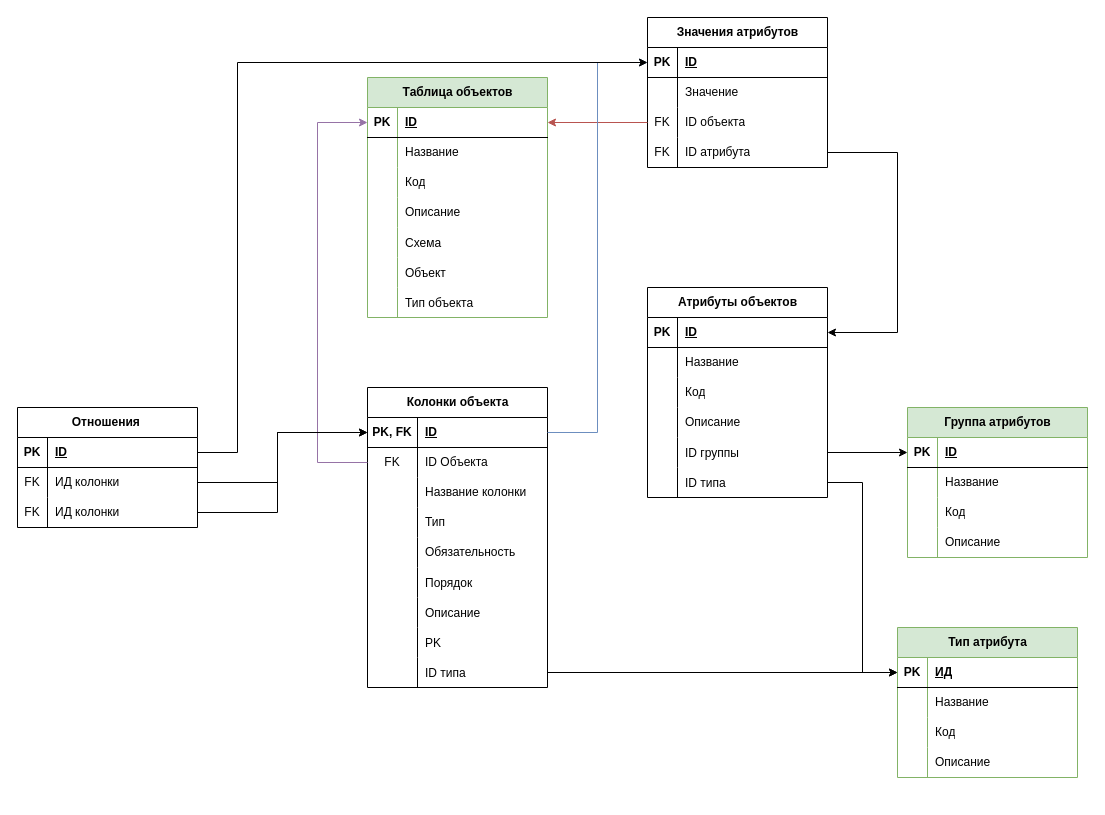
KopylovID/MDM keeps this draw.io diagram as Структура БД.drawio. Above is the earlier version. Source tidied: cells renumbered, new cells numbered last; positions are measured from the earlier drawing's top-left corner, leaving out a move shared by most shapes. Both pictures are drawn from the tidied source at 100%, with x=0, y=0 at pixel (17, 17).
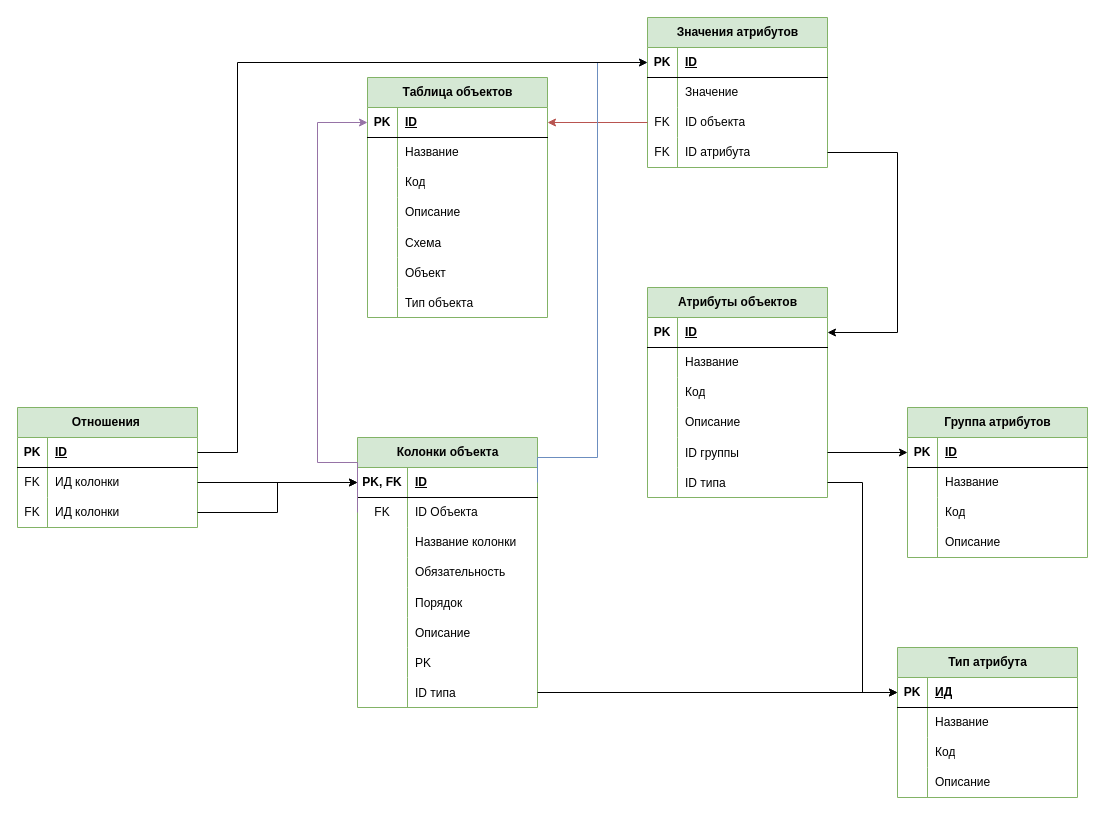
The same diagram, later.

The change refers to these unchanged cells:
```xml
<mxCell id="44" style="shape=tableRow;horizontal=0;startSize=0;swimlaneHead=0;swimlaneBody=0;fillColor=none;points=[[0,0.5],[1,0.5]];portConstraint=eastwest;top=0;left=0;right=0;bottom=1;" parent="43" vertex="1">
  <mxGeometry y="30" width="180" height="30" as="geometry" />
</mxCell>
<mxCell id="101" style="shape=tableRow;horizontal=0;startSize=0;swimlaneHead=0;swimlaneBody=0;fillColor=none;points=[[0,0.5],[1,0.5]];portConstraint=eastwest;top=0;left=0;right=0;bottom=1;" parent="100" vertex="1">
  <mxGeometry y="30" width="180" height="30" as="geometry" />
</mxCell>
<mxCell id="104" style="shape=tableRow;horizontal=0;startSize=0;swimlaneHead=0;swimlaneBody=0;fillColor=none;points=[[0,0.5],[1,0.5]];portConstraint=eastwest;top=0;left=0;right=0;bottom=0;" parent="100" vertex="1">
  <mxGeometry y="60" width="180" height="30" as="geometry" />
</mxCell>
<mxCell id="107" style="shape=tableRow;horizontal=0;startSize=0;swimlaneHead=0;swimlaneBody=0;fillColor=none;points=[[0,0.5],[1,0.5]];portConstraint=eastwest;top=0;left=0;right=0;bottom=0;" parent="100" vertex="1">
  <mxGeometry y="90" width="180" height="30" as="geometry" />
</mxCell>
<mxCell id="111" style="shape=tableRow;horizontal=0;startSize=0;swimlaneHead=0;swimlaneBody=0;fillColor=none;points=[[0,0.5],[1,0.5]];portConstraint=eastwest;top=0;left=0;right=0;bottom=1;" parent="110" vertex="1">
  <mxGeometry y="30" width="180" height="30" as="geometry" />
</mxCell>
```

Diff of the diagram source:
```diff
@@
-    <mxCell id="24" value="Атрибуты объектов" style="shape=table;startSize=30;childLayout=tableLayout;rowLines=0;fontStyle=1;align=center;html=1;" parent="1" vertex="1">
+    <mxCell id="24" value="Атрибуты объектов" style="shape=table;startSize=30;childLayout=tableLayout;rowLines=0;fontStyle=1;align=center;html=1;fillColor=#d5e8d4;strokeColor=#82b366;" parent="1" vertex="1">
       <mxGeometry x="630" y="270" width="180" height="210" as="geometry" />
     </mxCell>
@@
-    <mxCell id="43" value="Колонки объекта" style="shape=table;startSize=30;childLayout=tableLayout;rowLines=0;fontStyle=1;align=center;html=1;" parent="1" vertex="1">
-      <mxGeometry x="350" y="370" width="180" height="300" as="geometry" />
+    <mxCell id="43" value="Колонки объекта" style="shape=table;startSize=30;childLayout=tableLayout;rowLines=0;fontStyle=1;align=center;html=1;fillColor=#d5e8d4;strokeColor=#82b366;" parent="1" vertex="1">
+      <mxGeometry x="340" y="420" width="180" height="270" as="geometry" />
     </mxCell>
@@
-    <mxCell id="53" style="shape=tableRow;horizontal=0;startSize=0;swimlaneHead=0;swimlaneBody=0;fillColor=none;top=0;left=0;right=0;bottom=0;" parent="43" vertex="1">
-      <mxGeometry y="120" width="180" height="30" as="geometry" />
-    </mxCell>
-    <mxCell id="54" style="shape=partialRectangle;fillColor=none;top=0;left=0;bottom=0;right=0;overflow=hidden;whiteSpace=wrap;html=1;" parent="53" vertex="1">
-      <mxGeometry width="50" height="30" as="geometry" />
-    </mxCell>
-    <mxCell id="55" value="Тип" style="shape=partialRectangle;fillColor=none;top=0;left=0;bottom=0;right=0;align=left;spacingLeft=6;overflow=hidden;whiteSpace=wrap;html=1;" parent="53" vertex="1">
-      <mxGeometry x="50" width="130" height="30" as="geometry" />
-    </mxCell>
     <mxCell id="56" style="shape=tableRow;horizontal=0;startSize=0;swimlaneHead=0;swimlaneBody=0;fillColor=none;top=0;left=0;right=0;bottom=0;" parent="43" vertex="1">
-      <mxGeometry y="150" width="180" height="30" as="geometry" />
+      <mxGeometry y="120" width="180" height="30" as="geometry" />
     </mxCell>
@@
     <mxCell id="59" style="shape=tableRow;horizontal=0;startSize=0;swimlaneHead=0;swimlaneBody=0;fillColor=none;top=0;left=0;right=0;bottom=0;" parent="43" vertex="1">
-      <mxGeometry y="180" width="180" height="30" as="geometry" />
+      <mxGeometry y="150" width="180" height="30" as="geometry" />
     </mxCell>
@@
     <mxCell id="62" style="shape=tableRow;horizontal=0;startSize=0;swimlaneHead=0;swimlaneBody=0;fillColor=none;top=0;left=0;right=0;bottom=0;" parent="43" vertex="1">
-      <mxGeometry y="210" width="180" height="30" as="geometry" />
+      <mxGeometry y="180" width="180" height="30" as="geometry" />
     </mxCell>
@@
     <mxCell id="65" style="shape=tableRow;horizontal=0;startSize=0;swimlaneHead=0;swimlaneBody=0;fillColor=none;top=0;left=0;right=0;bottom=0;" parent="43" vertex="1">
-      <mxGeometry y="240" width="180" height="30" as="geometry" />
+      <mxGeometry y="210" width="180" height="30" as="geometry" />
     </mxCell>
@@
     <mxCell id="68" style="shape=tableRow;horizontal=0;startSize=0;swimlaneHead=0;swimlaneBody=0;fillColor=none;points=[[0,0.5],[1,0.5]];portConstraint=eastwest;top=0;left=0;right=0;bottom=0;" parent="43" vertex="1">
-      <mxGeometry y="270" width="180" height="30" as="geometry" />
+      <mxGeometry y="240" width="180" height="30" as="geometry" />
     </mxCell>
@@
     <mxCell id="86" value="Тип атрибута" style="shape=table;startSize=30;childLayout=tableLayout;rowLines=0;fontStyle=1;align=center;html=1;fillColor=#d5e8d4;strokeColor=#82b366;" parent="1" vertex="1">
-      <mxGeometry x="880" y="610" width="180" height="150" as="geometry" />
+      <mxGeometry x="880" y="630" width="180" height="150" as="geometry" />
     </mxCell>
@@
-    <mxCell id="100" value="Отношения&amp;nbsp;" style="shape=table;startSize=30;childLayout=tableLayout;rowLines=0;fontStyle=1;align=center;html=1;" parent="1" vertex="1">
+    <mxCell id="100" value="Отношения&amp;nbsp;" style="shape=table;startSize=30;childLayout=tableLayout;rowLines=0;fontStyle=1;align=center;html=1;fillColor=#d5e8d4;strokeColor=#82b366;" parent="1" vertex="1">
       <mxGeometry y="390" width="180" height="120" as="geometry" />
     </mxCell>
@@
-    <mxCell id="110" value="Значения атрибутов" style="shape=table;startSize=30;childLayout=tableLayout;rowLines=0;fontStyle=1;align=center;html=1;" parent="1" vertex="1">
+    <mxCell id="110" value="Значения атрибутов" style="shape=table;startSize=30;childLayout=tableLayout;rowLines=0;fontStyle=1;align=center;html=1;fillColor=#d5e8d4;strokeColor=#82b366;" parent="1" vertex="1">
       <mxGeometry x="630" width="180" height="150" as="geometry" />
     </mxCell>
@@
     <mxCell id="124" style="edgeStyle=orthogonalEdgeStyle;rounded=0;jettySize=auto;html=1;exitX=1;exitY=0.5;exitDx=0;exitDy=0;entryX=0;entryY=0.5;entryDx=0;entryDy=0;fontColor=#0077FF;fillColor=#dae8fc;strokeColor=#6c8ebf;" parent="1" edge="1" source="44" target="111">
       <mxGeometry relative="1" as="geometry">
         <Array as="points">
-          <mxPoint x="580" y="415" />
+          <mxPoint x="520" y="440" />
+          <mxPoint x="580" y="440" />
           <mxPoint x="580" y="45" />
         </Array>
       </mxGeometry>
     </mxCell>
@@
+    <mxCell id="129" style="edgeStyle=orthogonalEdgeStyle;rounded=0;jettySize=auto;html=1;exitX=1;exitY=0.5;exitDx=0;exitDy=0;entryX=0;entryY=0.5;entryDx=0;entryDy=0;" parent="1" edge="1" source="101" target="111">
+      <mxGeometry relative="1" as="geometry">
+        <Array as="points">
+          <mxPoint x="220" y="435" />
+          <mxPoint x="220" y="45" />
+        </Array>
+      </mxGeometry>
+    </mxCell>
     <mxCell id="127" style="edgeStyle=orthogonalEdgeStyle;rounded=0;jettySize=auto;html=1;exitX=1;exitY=0.5;exitDx=0;exitDy=0;entryX=0;entryY=0.5;entryDx=0;entryDy=0;" parent="1" edge="1" source="104" target="44">
-      <mxGeometry relative="1" as="geometry">
-        <Array as="points">
-          <mxPoint x="260" y="465" />
-          <mxPoint x="260" y="415" />
-        </Array>
-      </mxGeometry>
+      <mxGeometry relative="1" as="geometry" />
     </mxCell>
     <mxCell id="128" style="edgeStyle=orthogonalEdgeStyle;rounded=0;jettySize=auto;html=1;exitX=1;exitY=0.5;exitDx=0;exitDy=0;entryX=0;entryY=0.5;entryDx=0;entryDy=0;" parent="1" edge="1" source="107" target="44">
       <mxGeometry relative="1" as="geometry">
         <Array as="points">
           <mxPoint x="260" y="495" />
-          <mxPoint x="260" y="415" />
+          <mxPoint x="260" y="465" />
         </Array>
       </mxGeometry>
     </mxCell>
-    <mxCell id="129" style="edgeStyle=orthogonalEdgeStyle;rounded=0;jettySize=auto;html=1;exitX=1;exitY=0.5;exitDx=0;exitDy=0;entryX=0;entryY=0.5;entryDx=0;entryDy=0;" parent="1" edge="1" source="101" target="111">
-      <mxGeometry relative="1" as="geometry">
-        <Array as="points">
-          <mxPoint x="220" y="435" />
-          <mxPoint x="220" y="45" />
-        </Array>
-      </mxGeometry>
-    </mxCell>
```
